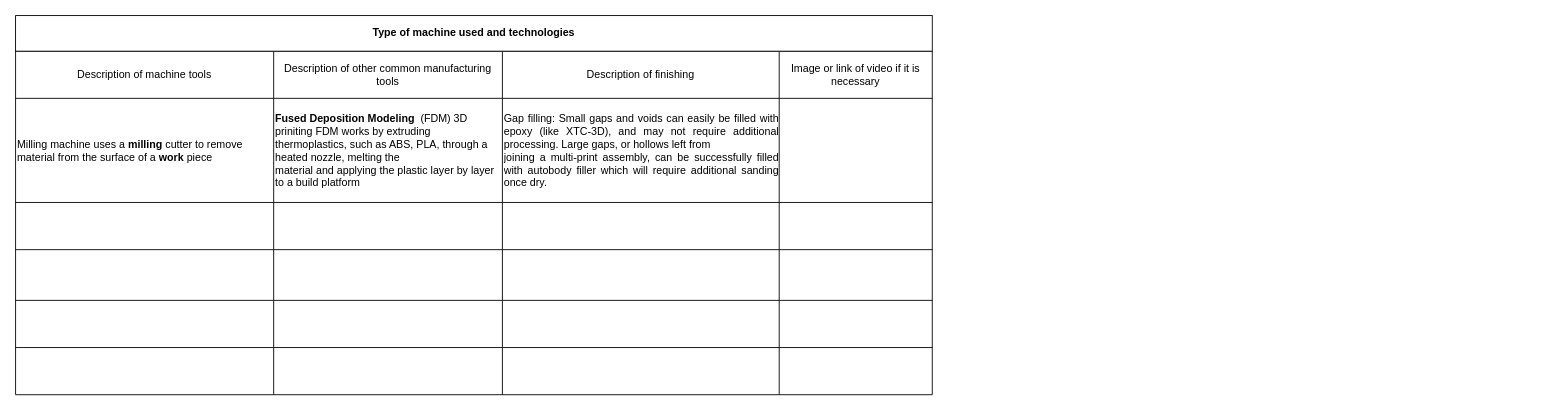
This is Manufacturing technology.drawio from amerezoji1362/drawio-github, a draw.io file, before an edit. Source tidied: cells renumbered, new cells numbered last; positions are measured from the earlier drawing's top-left corner, leaving out a move shared by most shapes. Both pictures are drawn from the tidied source at 89%, with x=0, y=0 at pixel (15, 15).
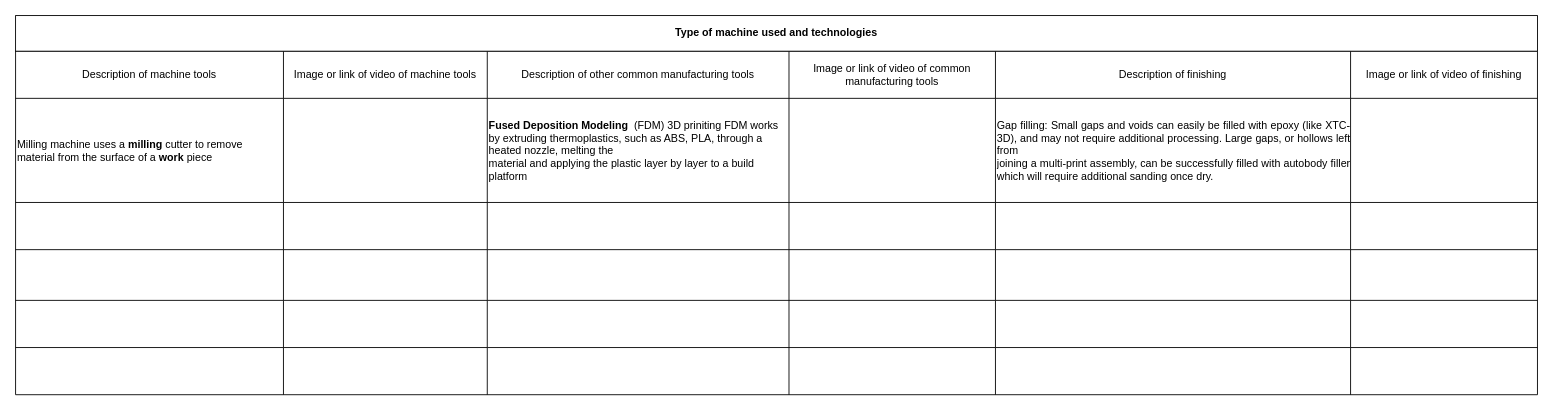
The same diagram, later.

Diff of the diagram source:
```diff
@@
     <mxCell id="2" style="shape=table;startSize=0;childLayout=tableLayout;" parent="1" vertex="1">
-      <mxGeometry y="40" width="1030" height="386" as="geometry" />
+      <mxGeometry y="40" width="1710" height="386" as="geometry" />
     </mxCell>
     <mxCell id="3" style="shape=partialRectangle;fillColor=none;top=0;left=0;bottom=0;right=0;" parent="2" vertex="1">
-      <mxGeometry width="1030" height="53" as="geometry" />
+      <mxGeometry width="1710" height="53" as="geometry" />
     </mxCell>
     <mxCell id="4" value="Description of machine tools" style="shape=partialRectangle;html=1;whiteSpace=wrap;overflow=hidden;fillColor=none;top=0;left=0;bottom=0;right=0;" parent="3" vertex="1">
-      <mxGeometry width="290" height="53" as="geometry" />
+      <mxGeometry width="301" height="53" as="geometry" />
     </mxCell>
+    <mxCell id="34" value="Image or link of video of machine tools" style="shape=partialRectangle;html=1;whiteSpace=wrap;overflow=hidden;fillColor=none;top=0;left=0;bottom=0;right=0;" parent="3" vertex="1">
+      <mxGeometry x="301" width="229" height="53" as="geometry" />
+    </mxCell>
     <mxCell id="5" value="Description of other common manufacturing tools " style="shape=partialRectangle;html=1;whiteSpace=wrap;overflow=hidden;fillColor=none;top=0;left=0;bottom=0;right=0;" parent="3" vertex="1">
-      <mxGeometry x="290" width="257" height="53" as="geometry" />
+      <mxGeometry x="530" width="339" height="53" as="geometry" />
     </mxCell>
+    <mxCell id="35" value="Image or link of video of common manufacturing tools" style="shape=partialRectangle;html=1;whiteSpace=wrap;overflow=hidden;fillColor=none;top=0;left=0;bottom=0;right=0;" parent="3" vertex="1">
+      <mxGeometry x="869" width="232" height="53" as="geometry" />
+    </mxCell>
     <mxCell id="6" value="Description of finishing" style="shape=partialRectangle;html=1;whiteSpace=wrap;overflow=hidden;fillColor=none;top=0;left=0;bottom=0;right=0;" parent="3" vertex="1">
-      <mxGeometry x="547" width="311" height="53" as="geometry" />
+      <mxGeometry x="1101" width="399" height="53" as="geometry" />
     </mxCell>
-    <mxCell id="7" value="Image or link of video if it is necessary" style="shape=partialRectangle;html=1;whiteSpace=wrap;overflow=hidden;fillColor=none;top=0;left=0;bottom=0;right=0;" parent="3" vertex="1">
-      <mxGeometry x="858" width="172" height="53" as="geometry" />
+    <mxCell id="7" value="Image or link of video of finishing" style="shape=partialRectangle;html=1;whiteSpace=wrap;overflow=hidden;fillColor=none;top=0;left=0;bottom=0;right=0;" parent="3" vertex="1">
+      <mxGeometry x="1500" width="210" height="53" as="geometry" />
     </mxCell>
     <mxCell id="8" style="shape=partialRectangle;fillColor=none;top=0;left=0;bottom=0;right=0;" parent="2" vertex="1">
-      <mxGeometry y="53" width="1030" height="117" as="geometry" />
+      <mxGeometry y="53" width="1710" height="117" as="geometry" />
     </mxCell>
     <mxCell id="9" value="&lt;div align=&quot;left&quot;&gt;Milling machine &lt;span class=&quot;ILfuVd NA6bn&quot;&gt;&lt;span class=&quot;hgKElc&quot;&gt; uses a &lt;b&gt;milling&lt;/b&gt; cutter to remove material from the surface of a &lt;b&gt;work&lt;/b&gt; piece&lt;/span&gt;&lt;/span&gt;&lt;/div&gt;" style="shape=partialRectangle;html=1;whiteSpace=wrap;overflow=hidden;fillColor=none;top=0;left=0;bottom=0;right=0;align=left;" parent="8" vertex="1">
-      <mxGeometry width="290" height="117" as="geometry" />
+      <mxGeometry width="301" height="117" as="geometry" />
     </mxCell>
+    <mxCell id="36" style="shape=partialRectangle;html=1;whiteSpace=wrap;overflow=hidden;fillColor=none;top=0;left=0;bottom=0;right=0;align=left;" parent="8" vertex="1">
+      <mxGeometry x="301" width="229" height="117" as="geometry" />
+    </mxCell>
     <mxCell id="10" value="&lt;div align=&quot;left&quot;&gt;&lt;span class=&quot;ILfuVd NA6bn&quot;&gt;&lt;span class=&quot;hgKElc&quot;&gt;&lt;b&gt;Fused Deposition Modeling&amp;nbsp; &lt;/b&gt;&lt;/span&gt;&lt;/span&gt;(&lt;span class=&quot;ILfuVd NA6bn&quot;&gt;&lt;span class=&quot;hgKElc&quot;&gt;FDM) &lt;/span&gt;&lt;/span&gt;3D priniting &lt;span class=&quot;ILfuVd NA6bn&quot;&gt;&lt;span class=&quot;hgKElc&quot;&gt;FDM works by extruding &lt;/span&gt;&lt;/span&gt;&lt;span class=&quot;ILfuVd NA6bn&quot;&gt;&lt;span class=&quot;hgKElc&quot;&gt;thermoplastics, such as ABS, PLA, through a heated nozzle, melting the &lt;/span&gt;&lt;/span&gt;&lt;br&gt;&lt;span class=&quot;ILfuVd NA6bn&quot;&gt;&lt;span class=&quot;hgKElc&quot;&gt;material and applying the plastic layer by layer to a build platform&lt;/span&gt;&lt;/span&gt;&lt;/div&gt;" style="shape=partialRectangle;html=1;whiteSpace=wrap;overflow=hidden;fillColor=none;top=0;left=0;bottom=0;right=0;align=left;" parent="8" vertex="1">
-      <mxGeometry x="290" width="257" height="117" as="geometry" />
+      <mxGeometry x="530" width="339" height="117" as="geometry" />
     </mxCell>
+    <mxCell id="37" style="shape=partialRectangle;html=1;whiteSpace=wrap;overflow=hidden;fillColor=none;top=0;left=0;bottom=0;right=0;align=left;" parent="8" vertex="1">
+      <mxGeometry x="869" width="232" height="117" as="geometry" />
+    </mxCell>
     <mxCell id="11" value="&lt;div align=&quot;justify&quot;&gt;Gap filling: Small gaps and voids can easily be filled with epoxy (like XTC-3D), and may not require additional processing. Large gaps, or hollows left from &lt;br&gt;joining a multi-print assembly, can be successfully filled with autobody filler which will require additional sanding once dry. &lt;/div&gt;" style="shape=partialRectangle;html=1;whiteSpace=wrap;overflow=hidden;fillColor=none;top=0;left=0;bottom=0;right=0;align=left;" parent="8" vertex="1">
-      <mxGeometry x="547" width="311" height="117" as="geometry" />
+      <mxGeometry x="1101" width="399" height="117" as="geometry" />
     </mxCell>
     <mxCell id="12" style="shape=partialRectangle;html=1;whiteSpace=wrap;overflow=hidden;fillColor=none;top=0;left=0;bottom=0;right=0;" parent="8" vertex="1">
-      <mxGeometry x="858" width="172" height="117" as="geometry" />
+      <mxGeometry x="1500" width="210" height="117" as="geometry" />
     </mxCell>
     <mxCell id="13" style="shape=partialRectangle;fillColor=none;top=0;left=0;bottom=0;right=0;" parent="2" vertex="1">
-      <mxGeometry y="170" width="1030" height="53" as="geometry" />
+      <mxGeometry y="170" width="1710" height="53" as="geometry" />
     </mxCell>
     <mxCell id="14" style="shape=partialRectangle;html=1;whiteSpace=wrap;overflow=hidden;fillColor=none;top=0;left=0;bottom=0;right=0;" parent="13" vertex="1">
-      <mxGeometry width="290" height="53" as="geometry" />
+      <mxGeometry width="301" height="53" as="geometry" />
     </mxCell>
+    <mxCell id="38" style="shape=partialRectangle;html=1;whiteSpace=wrap;overflow=hidden;fillColor=none;top=0;left=0;bottom=0;right=0;" parent="13" vertex="1">
+      <mxGeometry x="301" width="229" height="53" as="geometry" />
+    </mxCell>
     <mxCell id="15" style="shape=partialRectangle;html=1;whiteSpace=wrap;overflow=hidden;fillColor=none;top=0;left=0;bottom=0;right=0;" parent="13" vertex="1">
-      <mxGeometry x="290" width="257" height="53" as="geometry" />
+      <mxGeometry x="530" width="339" height="53" as="geometry" />
     </mxCell>
+    <mxCell id="39" style="shape=partialRectangle;html=1;whiteSpace=wrap;overflow=hidden;fillColor=none;top=0;left=0;bottom=0;right=0;" parent="13" vertex="1">
+      <mxGeometry x="869" width="232" height="53" as="geometry" />
+    </mxCell>
     <mxCell id="16" style="shape=partialRectangle;html=1;whiteSpace=wrap;overflow=hidden;fillColor=none;top=0;left=0;bottom=0;right=0;" parent="13" vertex="1">
-      <mxGeometry x="547" width="311" height="53" as="geometry" />
+      <mxGeometry x="1101" width="399" height="53" as="geometry" />
     </mxCell>
     <mxCell id="17" style="shape=partialRectangle;html=1;whiteSpace=wrap;overflow=hidden;fillColor=none;top=0;left=0;bottom=0;right=0;" parent="13" vertex="1">
-      <mxGeometry x="858" width="172" height="53" as="geometry" />
+      <mxGeometry x="1500" width="210" height="53" as="geometry" />
     </mxCell>
     <mxCell id="18" style="shape=partialRectangle;fillColor=none;top=0;left=0;bottom=0;right=0;" parent="2" vertex="1">
-      <mxGeometry y="223" width="1030" height="57" as="geometry" />
+      <mxGeometry y="223" width="1710" height="57" as="geometry" />
     </mxCell>
     <mxCell id="19" style="shape=partialRectangle;html=1;whiteSpace=wrap;overflow=hidden;fillColor=none;top=0;left=0;bottom=0;right=0;" parent="18" vertex="1">
-      <mxGeometry width="290" height="57" as="geometry" />
+      <mxGeometry width="301" height="57" as="geometry" />
     </mxCell>
+    <mxCell id="40" style="shape=partialRectangle;html=1;whiteSpace=wrap;overflow=hidden;fillColor=none;top=0;left=0;bottom=0;right=0;" parent="18" vertex="1">
+      <mxGeometry x="301" width="229" height="57" as="geometry" />
+    </mxCell>
     <mxCell id="20" style="shape=partialRectangle;html=1;whiteSpace=wrap;overflow=hidden;fillColor=none;top=0;left=0;bottom=0;right=0;" parent="18" vertex="1">
-      <mxGeometry x="290" width="257" height="57" as="geometry" />
+      <mxGeometry x="530" width="339" height="57" as="geometry" />
     </mxCell>
+    <mxCell id="41" style="shape=partialRectangle;html=1;whiteSpace=wrap;overflow=hidden;fillColor=none;top=0;left=0;bottom=0;right=0;" parent="18" vertex="1">
+      <mxGeometry x="869" width="232" height="57" as="geometry" />
+    </mxCell>
     <mxCell id="21" style="shape=partialRectangle;html=1;whiteSpace=wrap;overflow=hidden;fillColor=none;top=0;left=0;bottom=0;right=0;" parent="18" vertex="1">
-      <mxGeometry x="547" width="311" height="57" as="geometry" />
+      <mxGeometry x="1101" width="399" height="57" as="geometry" />
     </mxCell>
     <mxCell id="22" style="shape=partialRectangle;html=1;whiteSpace=wrap;overflow=hidden;fillColor=none;top=0;left=0;bottom=0;right=0;" parent="18" vertex="1">
-      <mxGeometry x="858" width="172" height="57" as="geometry" />
+      <mxGeometry x="1500" width="210" height="57" as="geometry" />
     </mxCell>
     <mxCell id="23" style="shape=partialRectangle;fillColor=none;top=0;left=0;bottom=0;right=0;" parent="2" vertex="1">
-      <mxGeometry y="280" width="1030" height="53" as="geometry" />
+      <mxGeometry y="280" width="1710" height="53" as="geometry" />
     </mxCell>
     <mxCell id="24" style="shape=partialRectangle;html=1;whiteSpace=wrap;overflow=hidden;fillColor=none;top=0;left=0;bottom=0;right=0;" parent="23" vertex="1">
-      <mxGeometry width="290" height="53" as="geometry" />
+      <mxGeometry width="301" height="53" as="geometry" />
     </mxCell>
+    <mxCell id="42" style="shape=partialRectangle;html=1;whiteSpace=wrap;overflow=hidden;fillColor=none;top=0;left=0;bottom=0;right=0;" parent="23" vertex="1">
+      <mxGeometry x="301" width="229" height="53" as="geometry" />
+    </mxCell>
     <mxCell id="25" style="shape=partialRectangle;html=1;whiteSpace=wrap;overflow=hidden;fillColor=none;top=0;left=0;bottom=0;right=0;" parent="23" vertex="1">
-      <mxGeometry x="290" width="257" height="53" as="geometry" />
+      <mxGeometry x="530" width="339" height="53" as="geometry" />
     </mxCell>
+    <mxCell id="43" style="shape=partialRectangle;html=1;whiteSpace=wrap;overflow=hidden;fillColor=none;top=0;left=0;bottom=0;right=0;" parent="23" vertex="1">
+      <mxGeometry x="869" width="232" height="53" as="geometry" />
+    </mxCell>
     <mxCell id="26" style="shape=partialRectangle;html=1;whiteSpace=wrap;overflow=hidden;fillColor=none;top=0;left=0;bottom=0;right=0;" parent="23" vertex="1">
-      <mxGeometry x="547" width="311" height="53" as="geometry" />
+      <mxGeometry x="1101" width="399" height="53" as="geometry" />
     </mxCell>
     <mxCell id="27" style="shape=partialRectangle;html=1;whiteSpace=wrap;overflow=hidden;fillColor=none;top=0;left=0;bottom=0;right=0;" parent="23" vertex="1">
-      <mxGeometry x="858" width="172" height="53" as="geometry" />
+      <mxGeometry x="1500" width="210" height="53" as="geometry" />
     </mxCell>
     <mxCell id="28" style="shape=partialRectangle;fillColor=none;top=0;left=0;bottom=0;right=0;" parent="2" vertex="1">
-      <mxGeometry y="333" width="1030" height="53" as="geometry" />
+      <mxGeometry y="333" width="1710" height="53" as="geometry" />
     </mxCell>
     <mxCell id="29" style="shape=partialRectangle;html=1;whiteSpace=wrap;overflow=hidden;fillColor=none;top=0;left=0;bottom=0;right=0;" parent="28" vertex="1">
-      <mxGeometry width="290" height="53" as="geometry" />
+      <mxGeometry width="301" height="53" as="geometry" />
     </mxCell>
+    <mxCell id="44" style="shape=partialRectangle;html=1;whiteSpace=wrap;overflow=hidden;fillColor=none;top=0;left=0;bottom=0;right=0;" parent="28" vertex="1">
+      <mxGeometry x="301" width="229" height="53" as="geometry" />
+    </mxCell>
     <mxCell id="30" style="shape=partialRectangle;html=1;whiteSpace=wrap;overflow=hidden;fillColor=none;top=0;left=0;bottom=0;right=0;" parent="28" vertex="1">
-      <mxGeometry x="290" width="257" height="53" as="geometry" />
+      <mxGeometry x="530" width="339" height="53" as="geometry" />
     </mxCell>
+    <mxCell id="45" style="shape=partialRectangle;html=1;whiteSpace=wrap;overflow=hidden;fillColor=none;top=0;left=0;bottom=0;right=0;" parent="28" vertex="1">
+      <mxGeometry x="869" width="232" height="53" as="geometry" />
+    </mxCell>
     <mxCell id="31" style="shape=partialRectangle;html=1;whiteSpace=wrap;overflow=hidden;fillColor=none;top=0;left=0;bottom=0;right=0;" parent="28" vertex="1">
-      <mxGeometry x="547" width="311" height="53" as="geometry" />
+      <mxGeometry x="1101" width="399" height="53" as="geometry" />
     </mxCell>
     <mxCell id="32" style="shape=partialRectangle;html=1;whiteSpace=wrap;overflow=hidden;fillColor=none;top=0;left=0;bottom=0;right=0;" parent="28" vertex="1">
-      <mxGeometry x="858" width="172" height="53" as="geometry" />
+      <mxGeometry x="1500" width="210" height="53" as="geometry" />
     </mxCell>
     <mxCell id="33" value="&lt;b&gt;Type of machine used and technologies&lt;/b&gt;" style="rounded=0;whiteSpace=wrap;html=1;" parent="1" vertex="1">
-      <mxGeometry width="1030" height="40" as="geometry" />
+      <mxGeometry width="1710" height="40" as="geometry" />
     </mxCell>
```
